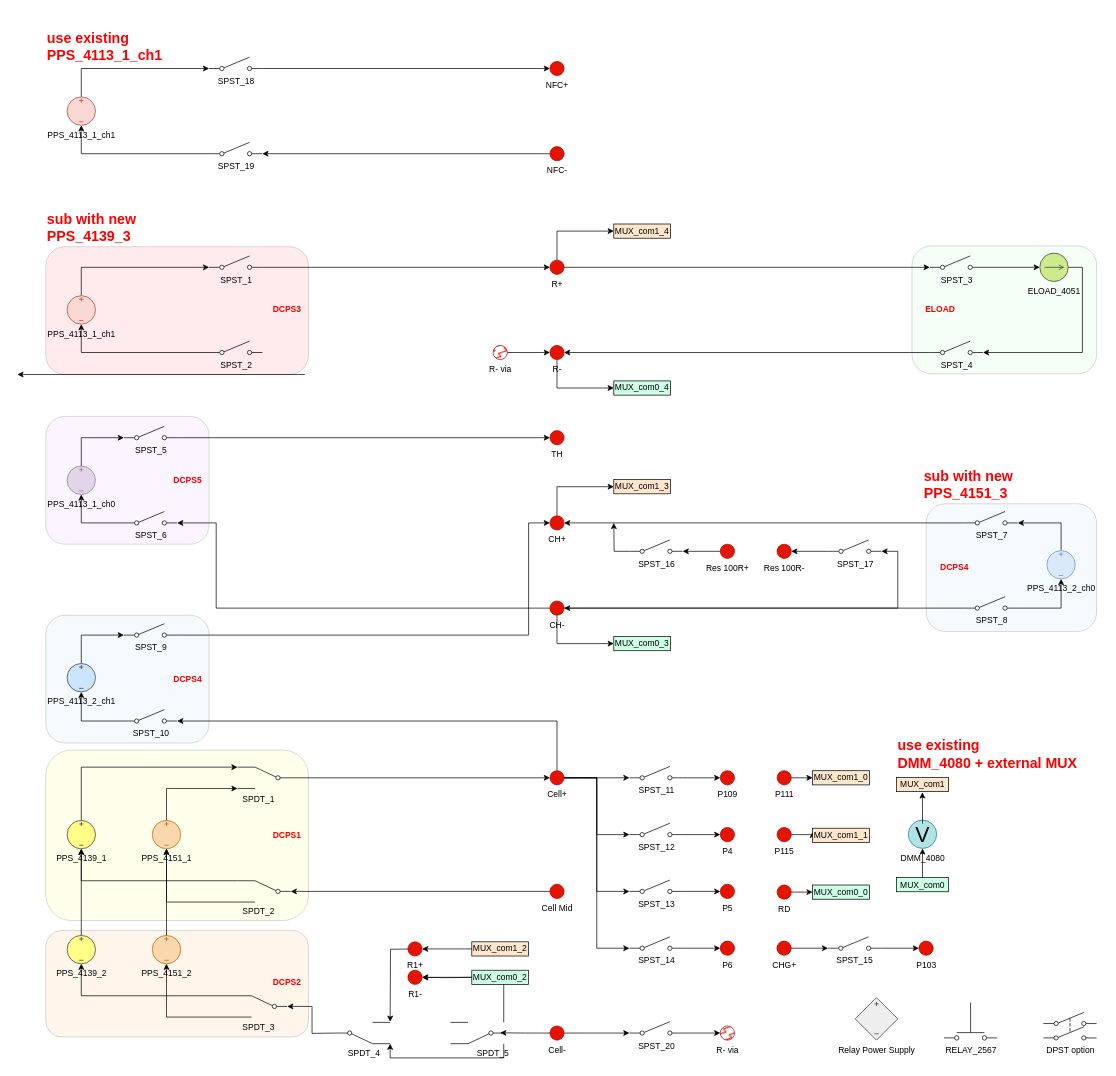
ktlim-xy/draw-io keeps this draw.io diagram as BMS_device_B.drawio. Above is the earlier version. Source tidied: cells renumbered, new cells numbered last; positions are measured from the earlier drawing's top-left corner, leaving out a move shared by most shapes. Both pictures are drawn from the tidied source at 71%, with x=0, y=0 at pixel (17, 36).
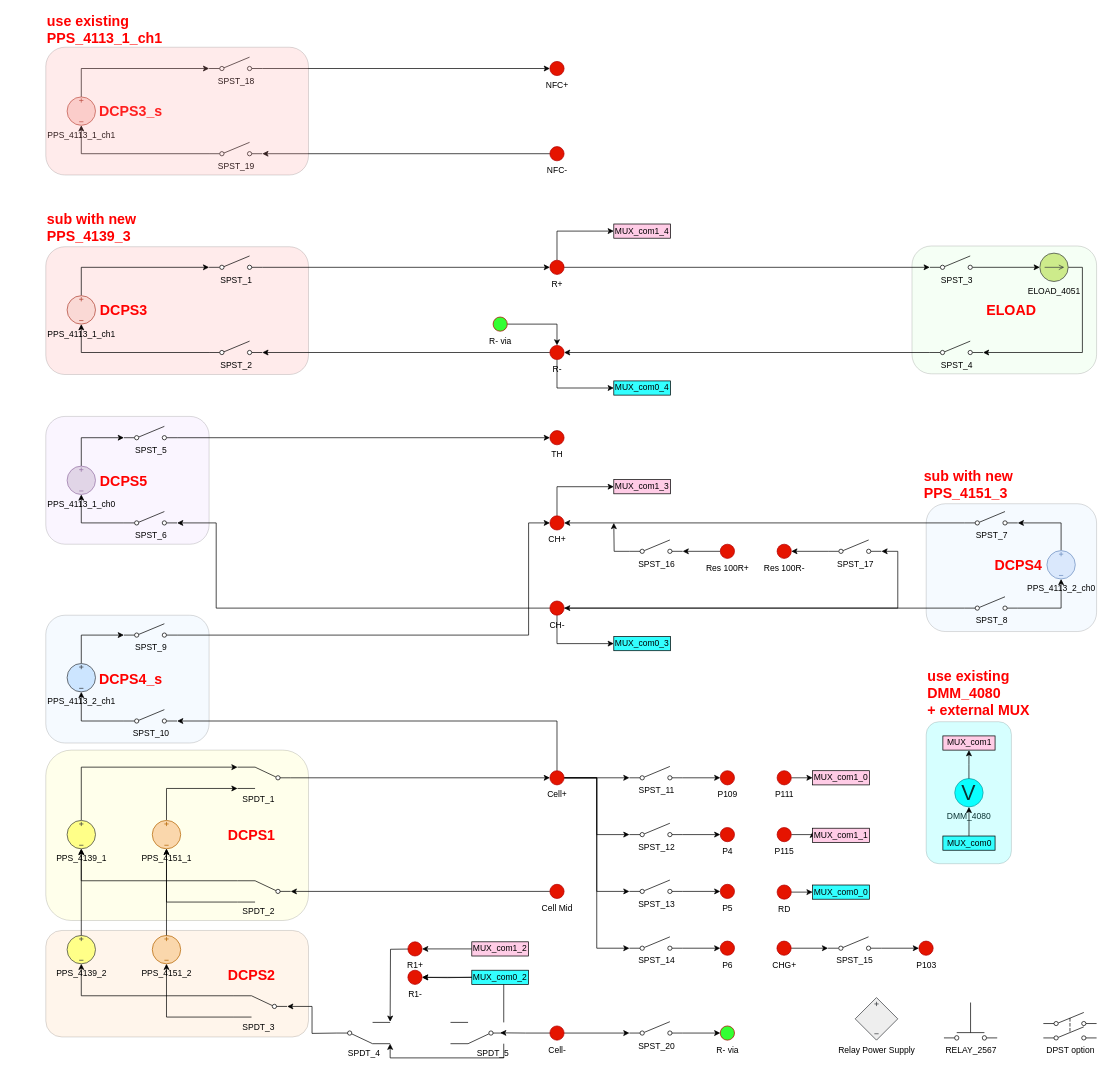
The same page after the edit.

Unchanged cells that the change refers to:
```xml
<mxCell id="57" value="R-" style="verticalLabelPosition=bottom;shadow=0;dashed=0;align=center;html=1;verticalAlign=top;strokeWidth=1;shape=ellipse;perimeter=ellipsePerimeter;fillColor=#e51400;fontColor=light-dark(#000000,#FF0000);strokeColor=#B20000;" parent="1" vertex="1">
  <mxGeometry x="750" y="436" width="20" height="20" as="geometry" />
</mxCell>
<mxCell id="65" value="SPST_2" style="html=1;shape=mxgraph.electrical.electro-mechanical.singleSwitch;elSwitchState=off;verticalAlign=top;labelPosition=center;verticalLabelPosition=bottom;align=center;" parent="1" vertex="1">
  <mxGeometry x="270" y="430" width="75" height="20" as="geometry" />
</mxCell>
```

Change to the diagram source:
```diff
@@
+    <mxCell id="132" value="DMM_4080" style="verticalLabelPosition=bottom;shadow=0;dashed=0;align=center;html=1;verticalAlign=top;strokeWidth=1;shape=ellipse;fontSize=12;fontStyle=0;labelPosition=center;fillColor=#00FFFF;strokeColor=#0e8088;" parent="1" vertex="1">
+      <mxGeometry x="1320.2" y="1046" width="40" height="40" as="geometry" />
+    </mxCell>
+    <mxCell id="134" value="V" style="text;html=1;whiteSpace=wrap;strokeColor=none;fillColor=none;align=center;verticalAlign=middle;rounded=0;fontSize=30;fontStyle=0;" parent="1" vertex="1">
+      <mxGeometry x="1310.2" y="1051" width="60" height="30" as="geometry" />
+    </mxCell>
+    <mxCell id="167" style="rounded=1;whiteSpace=wrap;html=1;fillColor=#33FFFF;gradientColor=none;fillStyle=auto;gradientDirection=radial;opacity=20;" parent="1" vertex="1">
+      <mxGeometry x="1280" y="966" width="120" height="200" as="geometry" />
+    </mxCell>
@@
-    <mxCell id="55" style="edgeStyle=orthogonalEdgeStyle;rounded=0;orthogonalLoop=1;jettySize=auto;html=1;entryX=1;entryY=0.8;entryDx=0;entryDy=0;" parent="1" edge="1">
-      <mxGeometry relative="1" as="geometry">
-        <mxPoint x="405" y="477" as="sourcePoint" />
-        <mxPoint y="477" as="targetPoint" />
-      </mxGeometry>
-    </mxCell>
@@
+    <mxCell id="168" style="edgeStyle=orthogonalEdgeStyle;rounded=0;jettySize=auto;html=1;exitX=0;exitY=0.5;exitDx=0;exitDy=0;entryX=1;entryY=0.8;entryDx=0;entryDy=0;" parent="1" edge="1" source="57" target="65">
+      <mxGeometry relative="1" as="geometry" />
+    </mxCell>
@@
-    <mxCell id="95" value="&lt;b&gt;&lt;font style=&quot;color: rgb(255, 0, 0);&quot;&gt;DCPS1&lt;/font&gt;&lt;/b&gt;" style="text;html=1;whiteSpace=wrap;strokeColor=none;fillColor=none;align=center;verticalAlign=middle;rounded=0;" parent="1" vertex="1">
-      <mxGeometry x="350" y="1111" width="60" height="30" as="geometry" />
+    <mxCell id="95" value="&lt;span&gt;&lt;font style=&quot;color: rgb(255, 0, 0);&quot;&gt;DCPS1&lt;/font&gt;&lt;/span&gt;" style="text;html=1;whiteSpace=wrap;strokeColor=none;fillColor=none;align=center;verticalAlign=middle;rounded=0;fontSize=20;fontStyle=1;" parent="1" vertex="1">
+      <mxGeometry x="300" y="1110" width="60" height="30" as="geometry" />
     </mxCell>
-    <mxCell id="96" value="&lt;b&gt;&lt;font style=&quot;color: rgb(255, 0, 0);&quot;&gt;DCPS2&lt;/font&gt;&lt;/b&gt;" style="text;html=1;whiteSpace=wrap;strokeColor=none;fillColor=none;align=center;verticalAlign=middle;rounded=0;" parent="1" vertex="1">
-      <mxGeometry x="350" y="1318" width="60" height="30" as="geometry" />
-    </mxCell>
-    <mxCell id="97" value="&lt;b&gt;&lt;font style=&quot;color: rgb(255, 0, 0);&quot;&gt;DCPS3&lt;/font&gt;&lt;/b&gt;" style="text;html=1;whiteSpace=wrap;strokeColor=none;fillColor=none;align=center;verticalAlign=middle;rounded=0;" parent="1" vertex="1">
-      <mxGeometry x="350" y="371" width="60" height="30" as="geometry" />
+    <mxCell id="97" value="&lt;b&gt;&lt;font style=&quot;color: rgb(255, 0, 0);&quot;&gt;DCPS3&lt;/font&gt;&lt;/b&gt;" style="text;html=1;whiteSpace=wrap;strokeColor=none;fillColor=none;align=center;verticalAlign=middle;rounded=0;fontSize=20;" parent="1" vertex="1">
+      <mxGeometry x="120" y="371" width="60" height="30" as="geometry" />
     </mxCell>
-    <mxCell id="98" value="&lt;b&gt;&lt;font style=&quot;color: rgb(255, 0, 0);&quot;&gt;DCPS4&lt;/font&gt;&lt;/b&gt;" style="text;html=1;whiteSpace=wrap;strokeColor=none;fillColor=none;align=center;verticalAlign=middle;rounded=0;" parent="1" vertex="1">
-      <mxGeometry x="210" y="891" width="60" height="30" as="geometry" />
+    <mxCell id="98" value="&lt;b&gt;&lt;font style=&quot;color: rgb(255, 0, 0);&quot;&gt;DCPS4_s&lt;/font&gt;&lt;/b&gt;" style="text;html=1;whiteSpace=wrap;strokeColor=none;fillColor=none;align=center;verticalAlign=middle;rounded=0;fontSize=20;" parent="1" vertex="1">
+      <mxGeometry x="130" y="891" width="60" height="30" as="geometry" />
     </mxCell>
-    <mxCell id="99" value="&lt;b&gt;&lt;font style=&quot;color: rgb(255, 0, 0);&quot;&gt;DCPS4&lt;/font&gt;&lt;/b&gt;" style="text;html=1;whiteSpace=wrap;strokeColor=none;fillColor=none;align=center;verticalAlign=middle;rounded=0;" parent="1" vertex="1">
-      <mxGeometry x="1290" y="734" width="60" height="30" as="geometry" />
+    <mxCell id="99" value="&lt;b&gt;&lt;font style=&quot;color: rgb(255, 0, 0);&quot;&gt;DCPS4&lt;/font&gt;&lt;/b&gt;" style="text;html=1;whiteSpace=wrap;strokeColor=none;fillColor=none;align=center;verticalAlign=middle;rounded=0;fontSize=20;" parent="1" vertex="1">
+      <mxGeometry x="1380" y="730" width="60" height="30" as="geometry" />
     </mxCell>
-    <mxCell id="100" value="&lt;b&gt;&lt;font style=&quot;color: rgb(255, 0, 0);&quot;&gt;DCPS5&lt;/font&gt;&lt;/b&gt;" style="text;html=1;whiteSpace=wrap;strokeColor=none;fillColor=none;align=center;verticalAlign=middle;rounded=0;" parent="1" vertex="1">
-      <mxGeometry x="210" y="611" width="60" height="30" as="geometry" />
+    <mxCell id="100" value="&lt;b&gt;&lt;font style=&quot;color: rgb(255, 0, 0);&quot;&gt;DCPS5&lt;/font&gt;&lt;/b&gt;" style="text;html=1;whiteSpace=wrap;strokeColor=none;fillColor=none;align=center;verticalAlign=middle;rounded=0;fontSize=20;" parent="1" vertex="1">
+      <mxGeometry x="120" y="611" width="60" height="30" as="geometry" />
     </mxCell>
-    <mxCell id="101" value="&lt;b&gt;&lt;font style=&quot;color: rgb(255, 0, 0);&quot;&gt;ELOAD&lt;/font&gt;&lt;/b&gt;" style="text;html=1;whiteSpace=wrap;strokeColor=none;fillColor=none;align=center;verticalAlign=middle;rounded=0;" parent="1" vertex="1">
-      <mxGeometry x="1270" y="371" width="60" height="30" as="geometry" />
+    <mxCell id="101" value="&lt;span&gt;&lt;font style=&quot;color: rgb(255, 0, 0);&quot;&gt;ELOAD&lt;/font&gt;&lt;/span&gt;" style="text;html=1;whiteSpace=wrap;strokeColor=none;fillColor=none;align=center;verticalAlign=middle;rounded=0;fontSize=20;fontStyle=1;" parent="1" vertex="1">
+      <mxGeometry x="1370" y="371" width="60" height="30" as="geometry" />
     </mxCell>
@@
-    <mxCell id="132" value="DMM_4080" style="verticalLabelPosition=bottom;shadow=0;dashed=0;align=center;html=1;verticalAlign=top;strokeWidth=1;shape=ellipse;fontSize=12;fontStyle=0;labelPosition=center;fillColor=#b0e3e6;strokeColor=#0e8088;" parent="1" vertex="1">
-      <mxGeometry x="1254.8" y="1104.5" width="40" height="40" as="geometry" />
-    </mxCell>
-    <mxCell id="133" style="edgeStyle=orthogonalEdgeStyle;rounded=0;jettySize=auto;html=1;exitX=0.5;exitY=0;exitDx=0;exitDy=0;" parent="1" edge="1" source="134">
-      <mxGeometry relative="1" as="geometry">
-        <mxPoint x="1274.6" y="1065.5" as="targetPoint" />
-      </mxGeometry>
-    </mxCell>
-    <mxCell id="134" value="V" style="text;html=1;whiteSpace=wrap;strokeColor=none;fillColor=none;align=center;verticalAlign=middle;rounded=0;fontSize=30;fontStyle=0;" parent="1" vertex="1">
-      <mxGeometry x="1244.8" y="1109.5" width="60" height="30" as="geometry" />
-    </mxCell>
+    <mxCell id="169" style="edgeStyle=orthogonalEdgeStyle;rounded=0;jettySize=auto;html=1;exitX=0.5;exitY=0;exitDx=0;exitDy=0;entryX=0.5;entryY=1;entryDx=0;entryDy=0;" parent="1" edge="1" source="132" target="135">
+      <mxGeometry relative="1" as="geometry" />
+    </mxCell>
-    <mxCell id="135" value="MUX_com1" style="rounded=0;whiteSpace=wrap;html=1;fillColor=#FFE6CC;" parent="1" vertex="1">
-      <mxGeometry x="1238" y="1044.5" width="73.5" height="20" as="geometry" />
+    <mxCell id="135" value="MUX_com1" style="rounded=0;whiteSpace=wrap;html=1;fillColor=#FFCCE6;" parent="1" vertex="1">
+      <mxGeometry x="1303.5" y="986" width="73.5" height="20" as="geometry" />
     </mxCell>
-    <mxCell id="136" value="MUX_com1_0" style="rounded=0;whiteSpace=wrap;html=1;fillColor=#FFE6CC;" parent="1" vertex="1">
+    <mxCell id="136" value="MUX_com1_0" style="rounded=0;whiteSpace=wrap;html=1;fillColor=#FFCCE6;" parent="1" vertex="1">
       <mxGeometry x="1120" y="1035" width="80" height="20" as="geometry" />
     </mxCell>
@@
-    <mxCell id="138" value="MUX_com0" style="rounded=0;whiteSpace=wrap;html=1;fillColor=#CCFFE6;" parent="1" vertex="1">
-      <mxGeometry x="1238" y="1185.5" width="73.5" height="20" as="geometry" />
+    <mxCell id="138" value="MUX_com0" style="rounded=0;whiteSpace=wrap;html=1;fillColor=#33FFFF;" parent="1" vertex="1">
+      <mxGeometry x="1303.5" y="1127" width="73.5" height="20" as="geometry" />
     </mxCell>
-    <mxCell id="139" value="MUX_com1_1" style="rounded=0;whiteSpace=wrap;html=1;fillColor=#FFE6CC;" parent="1" vertex="1">
+    <mxCell id="139" value="MUX_com1_1" style="rounded=0;whiteSpace=wrap;html=1;fillColor=#FFCCE6;" parent="1" vertex="1">
       <mxGeometry x="1120" y="1116" width="80" height="20" as="geometry" />
     </mxCell>
-    <mxCell id="140" value="MUX_com1_3" style="rounded=0;whiteSpace=wrap;html=1;fillColor=#FFE6CC;" parent="1" vertex="1">
+    <mxCell id="140" value="MUX_com1_3" style="rounded=0;whiteSpace=wrap;html=1;fillColor=#FFCCE6;" parent="1" vertex="1">
       <mxGeometry x="840" y="625" width="80" height="20" as="geometry" />
     </mxCell>
@@
-    <mxCell id="142" value="MUX_com1_2" style="rounded=0;whiteSpace=wrap;html=1;fillColor=#FFE6CC;" parent="1" vertex="1">
+    <mxCell id="142" value="MUX_com1_2" style="rounded=0;whiteSpace=wrap;html=1;fillColor=#FFCCE6;" parent="1" vertex="1">
       <mxGeometry x="640" y="1276" width="80" height="20" as="geometry" />
     </mxCell>
-    <mxCell id="143" value="MUX_com0_0" style="rounded=0;whiteSpace=wrap;html=1;fillColor=#CCFFE6;" parent="1" vertex="1">
+    <mxCell id="143" value="MUX_com0_0" style="rounded=0;whiteSpace=wrap;html=1;fillColor=#33FFFF;" parent="1" vertex="1">
       <mxGeometry x="1120" y="1196" width="80" height="20" as="geometry" />
     </mxCell>
@@
-    <mxCell id="145" value="MUX_com0_2" style="rounded=0;whiteSpace=wrap;html=1;fillColor=#CCFFE6;" parent="1" vertex="1">
+    <mxCell id="145" value="MUX_com0_2" style="rounded=0;whiteSpace=wrap;html=1;fillColor=#33FFFF;" parent="1" vertex="1">
       <mxGeometry x="640" y="1316" width="80" height="20" as="geometry" />
     </mxCell>
-    <mxCell id="146" value="MUX_com0_3" style="rounded=0;whiteSpace=wrap;html=1;fillColor=#CCFFE6;" parent="1" vertex="1">
+    <mxCell id="146" value="MUX_com0_3" style="rounded=0;whiteSpace=wrap;html=1;fillColor=#33FFFF;" parent="1" vertex="1">
       <mxGeometry x="840" y="846" width="80" height="20" as="geometry" />
     </mxCell>
-    <mxCell id="147" value="MUX_com1_4" style="rounded=0;whiteSpace=wrap;html=1;fillColor=#FFE6CC;" parent="1" vertex="1">
+    <mxCell id="147" value="MUX_com1_4" style="rounded=0;whiteSpace=wrap;html=1;fillColor=#FFCCE6;" parent="1" vertex="1">
       <mxGeometry x="840" y="265" width="80" height="20" as="geometry" />
     </mxCell>
-    <mxCell id="148" value="MUX_com0_4" style="rounded=0;whiteSpace=wrap;html=1;fillColor=#CCFFE6;" parent="1" vertex="1">
+    <mxCell id="148" value="MUX_com0_4" style="rounded=0;whiteSpace=wrap;html=1;fillColor=#33FFFF;" parent="1" vertex="1">
       <mxGeometry x="840" y="486" width="80" height="20" as="geometry" />
     </mxCell>
@@
-    <mxCell id="160" value="R- via" style="verticalLabelPosition=bottom;shadow=0;dashed=0;align=center;html=1;verticalAlign=top;strokeWidth=1;shape=ellipse;perimeter=ellipsePerimeter;fillColor=#e51400;fontColor=light-dark(#000000,#FF0000);strokeColor=#B20000;fillStyle=zigzag-line;" parent="1" vertex="1">
+    <mxCell id="160" value="R- via" style="verticalLabelPosition=bottom;shadow=0;dashed=0;align=center;html=1;verticalAlign=top;strokeWidth=1;shape=ellipse;perimeter=ellipsePerimeter;fillColor=#33FF33;fontColor=light-dark(#000000,#FF0000);strokeColor=#B20000;fillStyle=auto;" parent="1" vertex="1">
       <mxGeometry x="990" y="1394.5" width="20" height="20" as="geometry" />
     </mxCell>
@@
     <mxCell id="162" value="use existing&lt;br&gt;PPS_4113_1_ch1" style="text;html=1;whiteSpace=wrap;strokeColor=none;fillColor=none;align=left;verticalAlign=middle;rounded=0;fontStyle=1;fontColor=#FF0000;fontSize=20;" parent="1" vertex="1">
-      <mxGeometry x="40" width="120" height="30" as="geometry" />
+      <mxGeometry x="40" y="-24" width="120" height="30" as="geometry" />
     </mxCell>
@@
-    <mxCell id="164" value="use existing&lt;br&gt;DMM_4080 + external MUX" style="text;html=1;whiteSpace=wrap;strokeColor=none;fillColor=none;align=left;verticalAlign=middle;rounded=0;fontStyle=1;fontColor=#FF0000;fontSize=20;" parent="1" vertex="1">
-      <mxGeometry x="1238" y="996" width="292" height="30" as="geometry" />
+    <mxCell id="164" value="use existing&lt;br&gt;DMM_4080&amp;nbsp;&lt;div&gt;+ external MUX&lt;/div&gt;" style="text;html=1;whiteSpace=wrap;strokeColor=none;fillColor=none;align=left;verticalAlign=middle;rounded=0;fontStyle=1;fontColor=#FF0000;fontSize=20;" parent="1" vertex="1">
+      <mxGeometry x="1280" y="896" width="150" height="58" as="geometry" />
     </mxCell>
-    <mxCell id="165" style="edgeStyle=orthogonalEdgeStyle;rounded=0;jettySize=auto;html=1;exitX=1;exitY=0.5;exitDx=0;exitDy=0;entryX=0;entryY=0.5;entryDx=0;entryDy=0;" parent="1" edge="1" source="166" target="57">
+    <mxCell id="165" style="edgeStyle=orthogonalEdgeStyle;rounded=0;jettySize=auto;html=1;exitX=1;exitY=0.5;exitDx=0;exitDy=0;entryX=0.5;entryY=0;entryDx=0;entryDy=0;" parent="1" edge="1" source="166" target="57">
       <mxGeometry relative="1" as="geometry" />
     </mxCell>
-    <mxCell id="166" value="R- via" style="verticalLabelPosition=bottom;shadow=0;dashed=0;align=center;html=1;verticalAlign=top;strokeWidth=1;shape=ellipse;perimeter=ellipsePerimeter;fillColor=#e51400;fontColor=light-dark(#000000,#FF0000);strokeColor=#B20000;fillStyle=zigzag-line;" parent="1" vertex="1">
-      <mxGeometry x="670" y="436" width="20" height="20" as="geometry" />
+    <mxCell id="166" value="R- via" style="verticalLabelPosition=bottom;shadow=0;dashed=0;align=center;html=1;verticalAlign=top;strokeWidth=1;shape=ellipse;perimeter=ellipsePerimeter;fillColor=#33FF33;fontColor=light-dark(#000000,#FF0000);strokeColor=#B20000;fillStyle=auto;" parent="1" vertex="1">
+      <mxGeometry x="670" y="396" width="20" height="20" as="geometry" />
     </mxCell>
+    <mxCell id="96" value="&lt;span&gt;&lt;font style=&quot;color: rgb(255, 0, 0);&quot;&gt;DCPS2&lt;/font&gt;&lt;/span&gt;" style="text;html=1;whiteSpace=wrap;strokeColor=none;fillColor=none;align=center;verticalAlign=middle;rounded=0;fontSize=20;fontStyle=1;" parent="1" vertex="1">
+      <mxGeometry x="300" y="1307" width="60" height="30" as="geometry" />
+    </mxCell>
+    <mxCell id="170" value="&lt;b&gt;&lt;font style=&quot;color: rgb(255, 0, 0);&quot;&gt;DCPS3_s&lt;/font&gt;&lt;/b&gt;" style="text;html=1;whiteSpace=wrap;strokeColor=none;fillColor=none;align=center;verticalAlign=middle;rounded=0;fontSize=20;" parent="1" vertex="1">
+      <mxGeometry x="130" y="91" width="60" height="30" as="geometry" />
+    </mxCell>
+    <mxCell id="171" style="rounded=1;whiteSpace=wrap;html=1;fillColor=#FF9999;gradientColor=none;fillStyle=auto;gradientDirection=radial;opacity=20;" parent="1" vertex="1">
+      <mxGeometry x="40" y="16" width="370" height="180" as="geometry" />
+    </mxCell>
```
